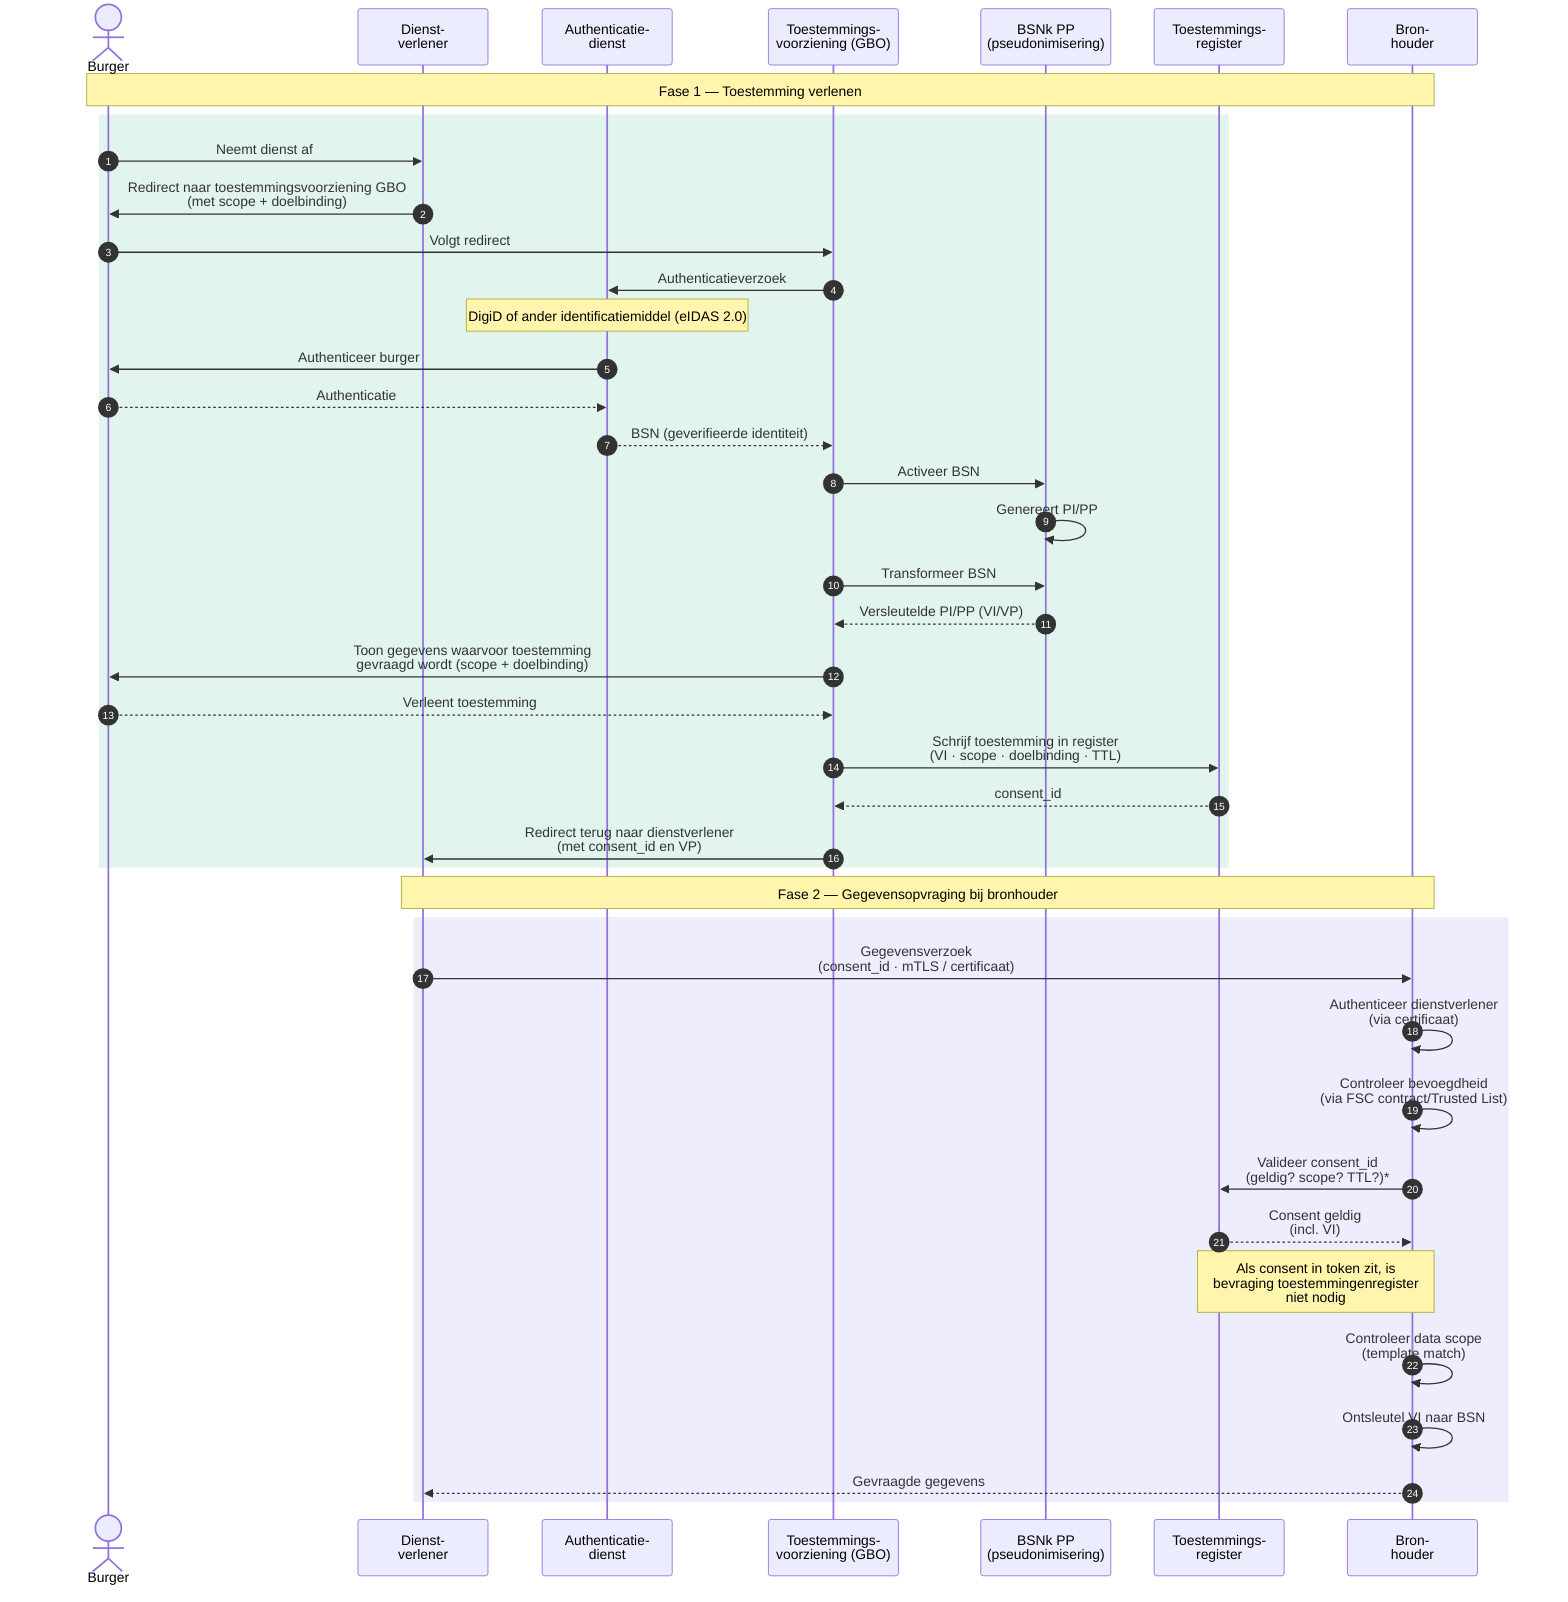
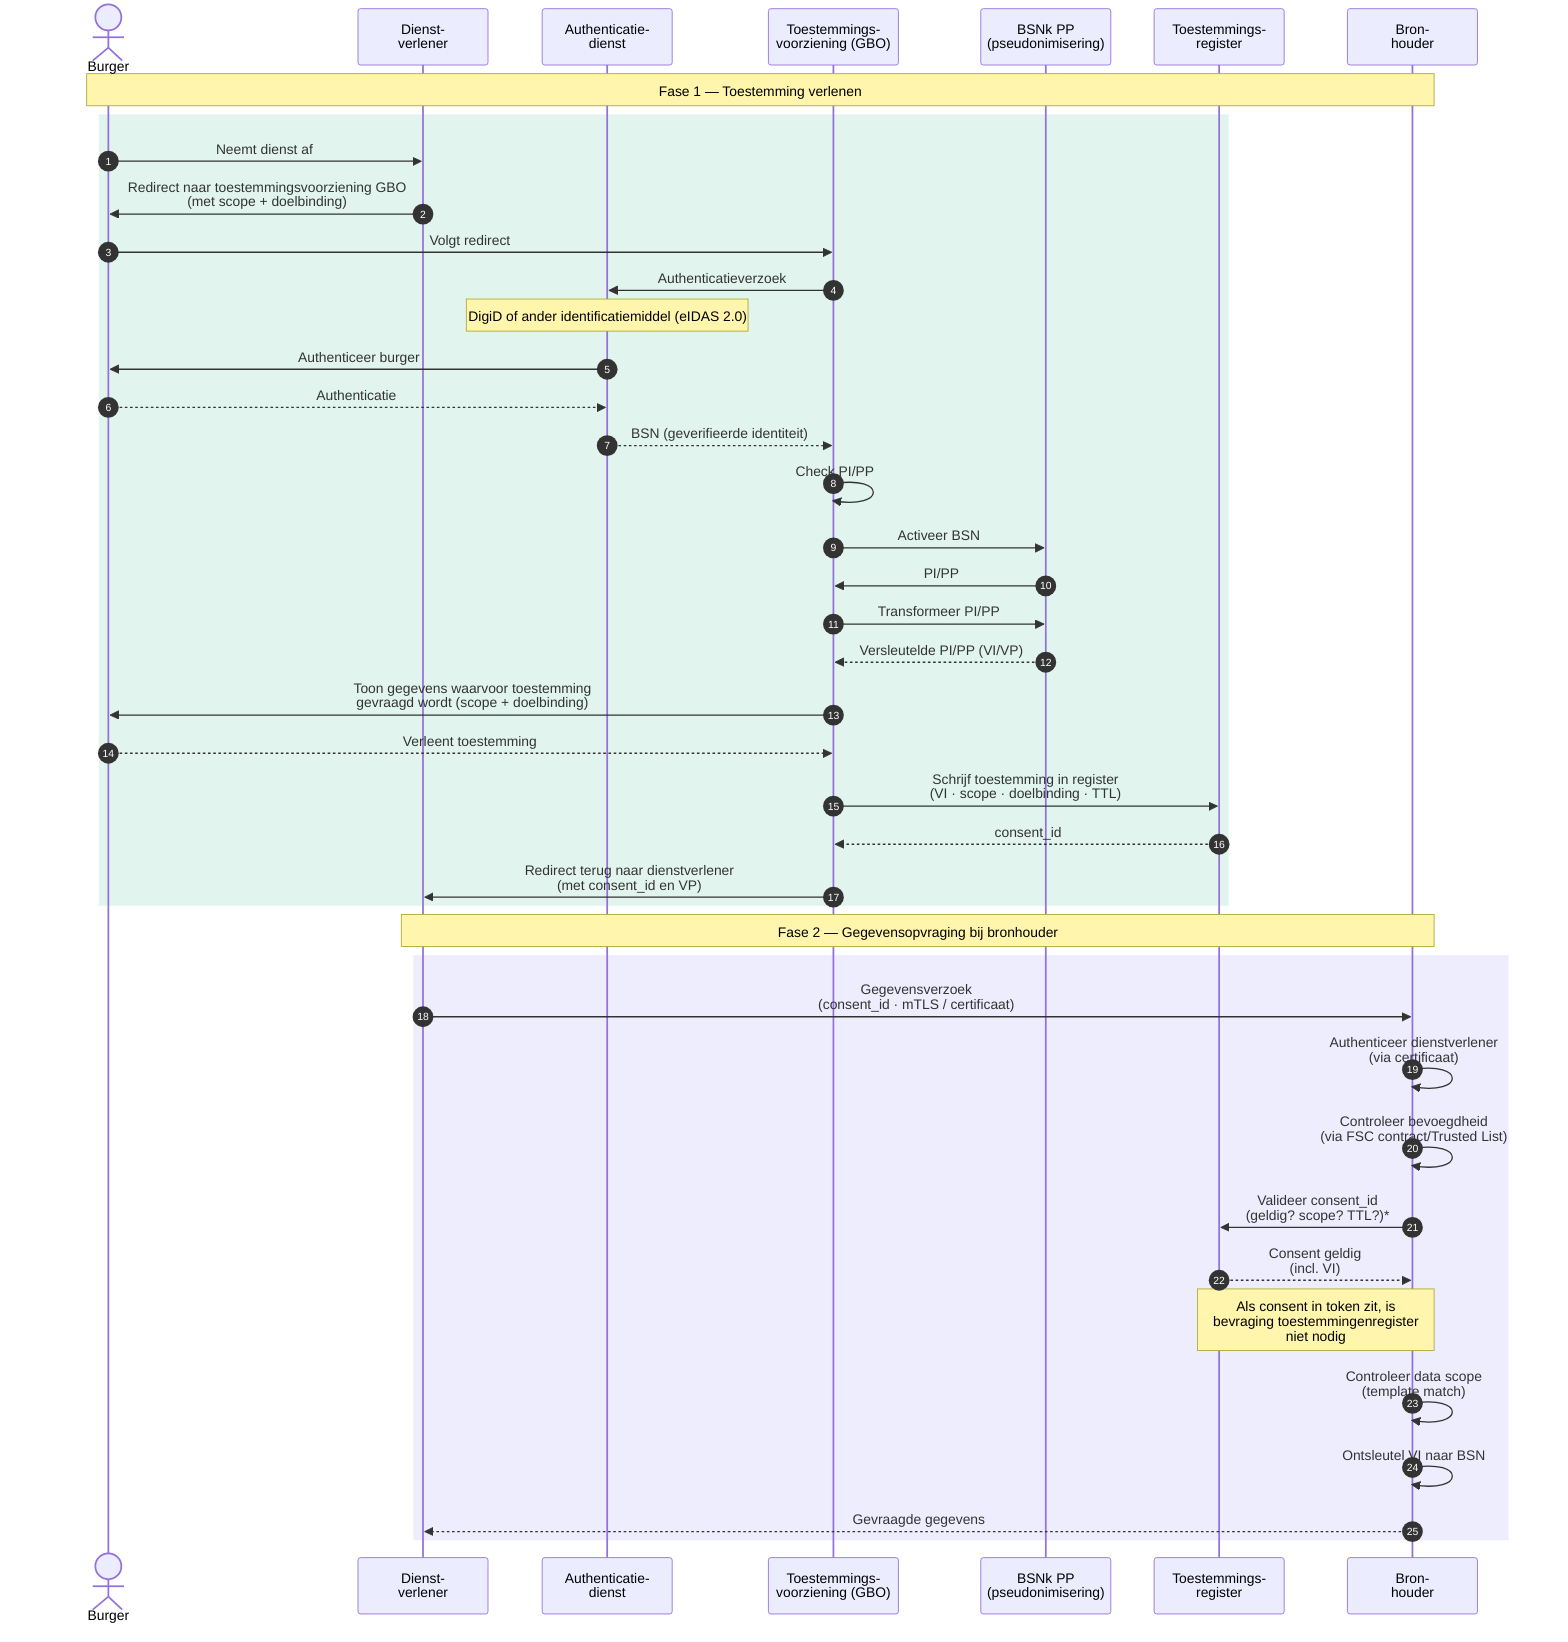
sequenceDiagram
    autonumber
    actor Burger
    participant DV as Dienst-<br/>verlener
    participant Auth as Authenticatie-<br/>dienst
    participant TV as Toestemmings-<br/>voorziening (GBO)
    participant PP as BSNk PP<br/>(pseudonimisering)
    participant TR as Toestemmings-<br/>register
    participant BRH as Bron-<br/>houder

    Note over Burger,BRH: Fase 1 — Toestemming verlenen

    rect rgb(225, 245, 238)
        Burger->>DV: Neemt dienst af
        DV->>Burger: Redirect naar toestemmingsvoorziening GBO<br/>(met scope + doelbinding)
        Burger->>TV: Volgt redirect
        TV->>Auth: Authenticatieverzoek
        Note over Auth: DigiD of ander identificatiemiddel (eIDAS 2.0)
        Auth->>Burger: Authenticeer burger
        Burger-->>Auth: Authenticatie
        Auth-->>TV: BSN (geverifieerde identiteit)
+         TV->>TV: Check PI/PP
        TV->>PP: Activeer BSN
-         PP->>PP: Genereert PI/PP
-         TV->>PP: Transformeer BSN
+         PP->>TV: PI/PP
+         TV->>PP: Transformeer PI/PP
        PP-->>TV: Versleutelde PI/PP (VI/VP)
        TV->>Burger: Toon gegevens waarvoor toestemming<br/>gevraagd wordt (scope + doelbinding)
        Burger-->>TV: Verleent toestemming
        TV->>TR: Schrijf toestemming in register<br/>(VI · scope · doelbinding · TTL)
        TR-->>TV: consent_id
        TV->>DV: Redirect terug naar dienstverlener<br/>(met consent_id en VP)
    end

    Note over DV,BRH: Fase 2 — Gegevensopvraging bij bronhouder

    rect rgb(238, 237, 254)
        DV->>BRH: Gegevensverzoek<br/>(consent_id · mTLS / certificaat)
        BRH->>BRH: Authenticeer dienstverlener<br />(via certificaat)
        BRH->>BRH: Controleer bevoegdheid<br />(via FSC contract/Trusted List)
        BRH->>TR: Valideer consent_id<br/>(geldig? scope? TTL?)*
        TR-->>BRH: Consent geldig<br />(incl. VI)
        Note over TR, BRH: Als consent in token zit, is<br/>bevraging toestemmingenregister<br />niet nodig
        BRH->>BRH: Controleer data scope<br />(template match)
        BRH->>BRH: Ontsleutel VI naar BSN
        BRH-->>DV: Gevraagde gegevens
    end
